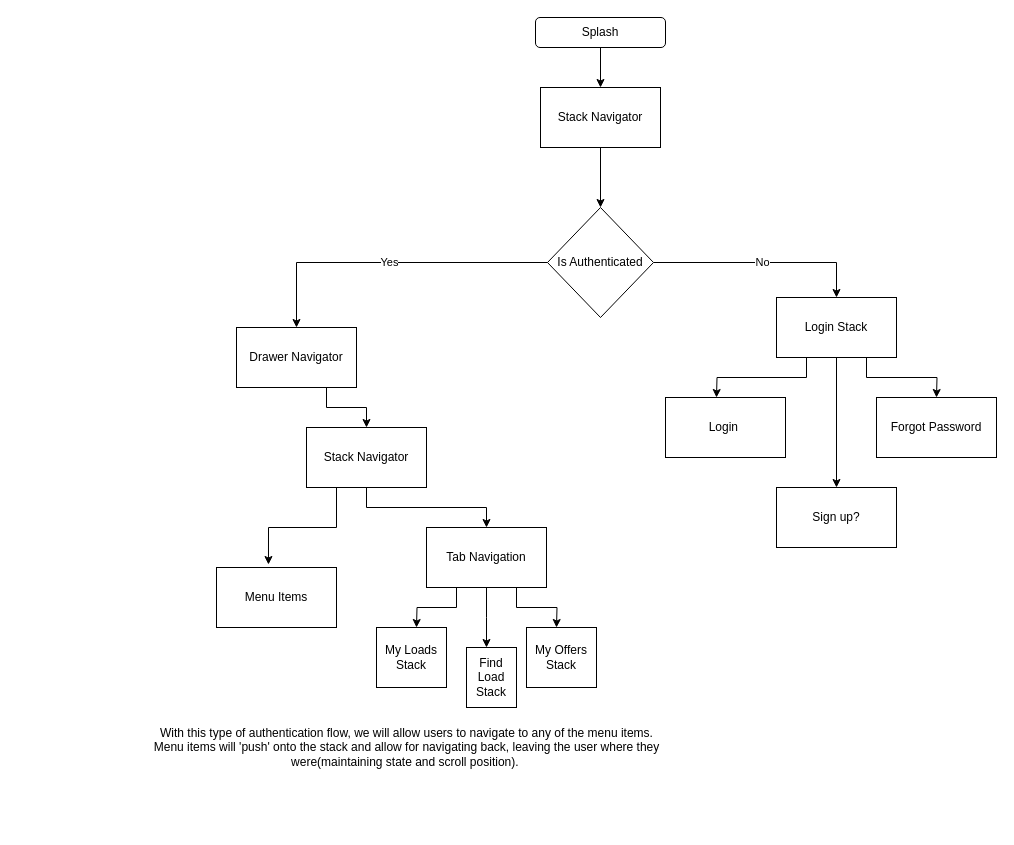
Earlier version of the draw.io diagram navigation.drawio (beesnat-chr/navigation_diagram). Source tidied: cells renumbered, new cells numbered last; positions are measured from the earlier drawing's top-left corner, leaving out a move shared by most shapes. Both pictures are drawn from the tidied source at 100%, with x=0, y=0 at pixel (141, 17).
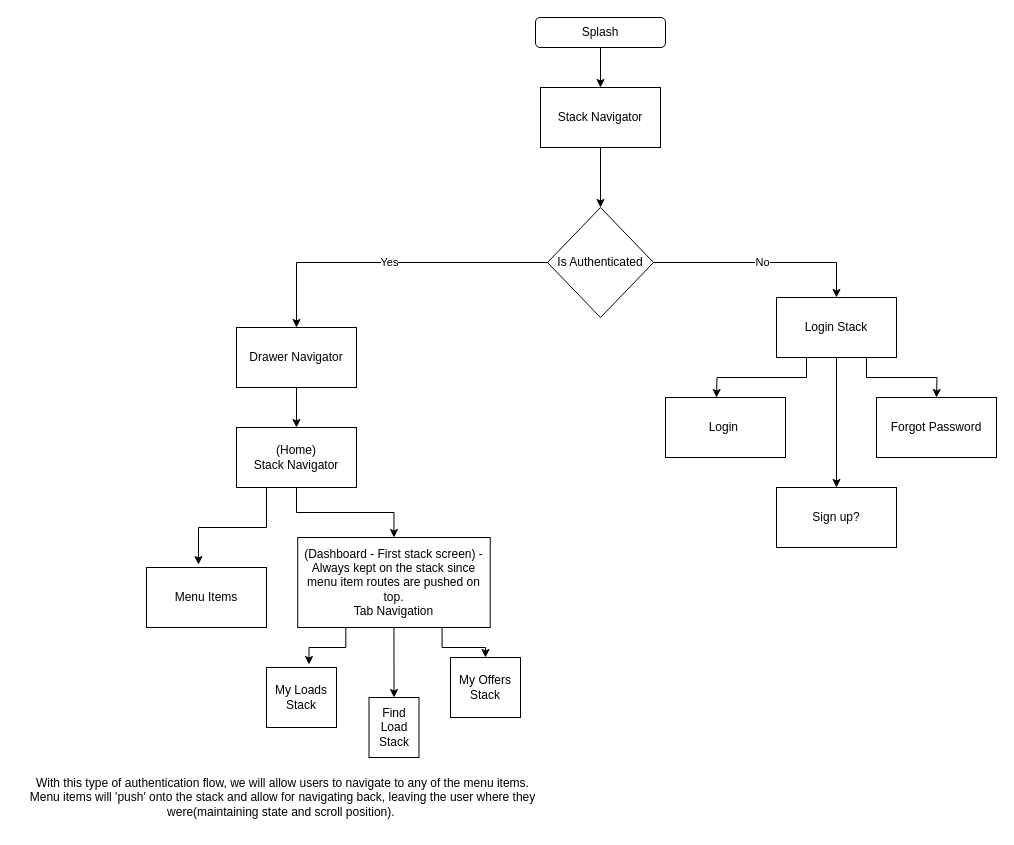
The same page after the edit.

Unchanged cells that the change refers to:
```xml
<mxCell id="10" value="Drawer Navigator" style="rounded=0;whiteSpace=wrap;html=1;" parent="1" vertex="1">
  <mxGeometry x="95" y="310" width="120" height="60" as="geometry" />
</mxCell>
```

Change to the diagram source:
```diff
@@
-    <mxCell id="9" style="edgeStyle=orthogonalEdgeStyle;rounded=0;jettySize=auto;html=1;exitX=0.75;exitY=1;exitDx=0;exitDy=0;entryX=0.5;entryY=0;entryDx=0;entryDy=0;" parent="1" edge="1" source="10" target="13">
+    <mxCell id="9" style="edgeStyle=orthogonalEdgeStyle;rounded=0;jettySize=auto;html=1;exitX=0.5;exitY=1;exitDx=0;exitDy=0;entryX=0.5;entryY=0;entryDx=0;entryDy=0;" parent="1" edge="1" source="10" target="13">
       <mxGeometry relative="1" as="geometry" />
     </mxCell>
@@
-    <mxCell id="13" value="Stack Navigator" style="rounded=0;whiteSpace=wrap;html=1;" parent="1" vertex="1">
-      <mxGeometry x="165" y="410" width="120" height="60" as="geometry" />
+    <mxCell id="13" value="(Home)&lt;br&gt;Stack Navigator" style="rounded=0;whiteSpace=wrap;html=1;" parent="1" vertex="1">
+      <mxGeometry x="95" y="410" width="120" height="60" as="geometry" />
     </mxCell>
-    <mxCell id="14" style="edgeStyle=orthogonalEdgeStyle;rounded=0;jettySize=auto;html=1;exitX=0.25;exitY=1;exitDx=0;exitDy=0;" parent="1" edge="1" source="17">
-      <mxGeometry relative="1" as="geometry">
-        <mxPoint x="275" y="610" as="targetPoint" />
-      </mxGeometry>
+    <mxCell id="14" style="edgeStyle=orthogonalEdgeStyle;rounded=0;jettySize=auto;html=1;exitX=0.25;exitY=1;exitDx=0;exitDy=0;entryX=0.607;entryY=-0.05;entryDx=0;entryDy=0;entryPerimeter=0;" parent="1" edge="1" source="17" target="18">
+      <mxGeometry relative="1" as="geometry" />
     </mxCell>
-    <mxCell id="15" style="edgeStyle=orthogonalEdgeStyle;rounded=0;jettySize=auto;html=1;exitX=0.5;exitY=1;exitDx=0;exitDy=0;" parent="1" edge="1" source="17">
-      <mxGeometry relative="1" as="geometry">
-        <mxPoint x="345" y="630" as="targetPoint" />
-      </mxGeometry>
+    <mxCell id="15" style="edgeStyle=orthogonalEdgeStyle;rounded=0;jettySize=auto;html=1;exitX=0.5;exitY=1;exitDx=0;exitDy=0;entryX=0.5;entryY=0;entryDx=0;entryDy=0;" parent="1" edge="1" source="17" target="19">
+      <mxGeometry relative="1" as="geometry" />
     </mxCell>
-    <mxCell id="16" style="edgeStyle=orthogonalEdgeStyle;rounded=0;jettySize=auto;html=1;exitX=0.75;exitY=1;exitDx=0;exitDy=0;" parent="1" edge="1" source="17">
-      <mxGeometry relative="1" as="geometry">
-        <mxPoint x="415" y="610" as="targetPoint" />
-      </mxGeometry>
+    <mxCell id="16" style="edgeStyle=orthogonalEdgeStyle;rounded=0;jettySize=auto;html=1;exitX=0.75;exitY=1;exitDx=0;exitDy=0;entryX=0.5;entryY=0;entryDx=0;entryDy=0;" parent="1" edge="1" source="17" target="20">
+      <mxGeometry relative="1" as="geometry" />
     </mxCell>
-    <mxCell id="17" value="Tab Navigation" style="rounded=0;whiteSpace=wrap;html=1;" parent="1" vertex="1">
-      <mxGeometry x="285" y="510" width="120" height="60" as="geometry" />
+    <mxCell id="17" value="(Dashboard - First stack screen) - Always kept on the stack since menu item routes are pushed on top.&lt;br&gt;Tab Navigation" style="rounded=0;whiteSpace=wrap;html=1;" parent="1" vertex="1">
+      <mxGeometry x="156.2" y="520" width="192.5" height="90" as="geometry" />
     </mxCell>
     <mxCell id="18" value="My Loads Stack" style="rounded=0;whiteSpace=wrap;html=1;" parent="1" vertex="1">
-      <mxGeometry x="235" y="610" width="70" height="60" as="geometry" />
+      <mxGeometry x="125" y="650" width="70" height="60" as="geometry" />
     </mxCell>
     <mxCell id="19" value="Find Load Stack" style="rounded=0;whiteSpace=wrap;html=1;" parent="1" vertex="1">
-      <mxGeometry x="325" y="630" width="50" height="60" as="geometry" />
+      <mxGeometry x="227.5" y="680" width="50" height="60" as="geometry" />
     </mxCell>
     <mxCell id="20" value="My Offers Stack" style="rounded=0;whiteSpace=wrap;html=1;" parent="1" vertex="1">
-      <mxGeometry x="385" y="610" width="70" height="60" as="geometry" />
+      <mxGeometry x="309" y="640" width="70" height="60" as="geometry" />
     </mxCell>
     <mxCell id="21" value="Menu Items" style="rounded=0;whiteSpace=wrap;html=1;" parent="1" vertex="1">
-      <mxGeometry x="75" y="550" width="120" height="60" as="geometry" />
+      <mxGeometry x="5" y="550" width="120" height="60" as="geometry" />
     </mxCell>
@@
     <mxCell id="29" value="With this type of authentication flow, we will allow users to navigate to any of the menu items. &lt;br&gt;Menu items will 'push' onto the stack and allow for navigating back, leaving the user where they &lt;br&gt;were(maintaining state and scroll position).&amp;nbsp;" style="text;html=1;align=center;verticalAlign=middle;fillColor=#FFFFFF;" parent="1" vertex="1">
-      <mxGeometry y="700" width="530" height="60" as="geometry" />
+      <mxGeometry x="-124" y="750" width="530" height="60" as="geometry" />
     </mxCell>
```
